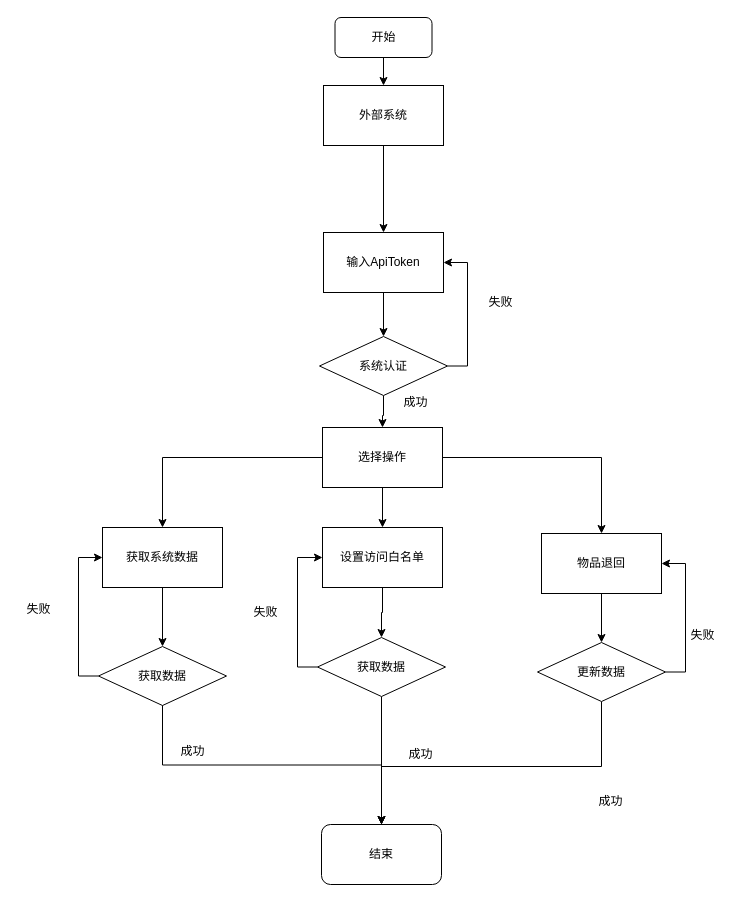
Above: save/Api流程图.drawio in kehaha-5/drawio (draw.io), before the change. Source tidied: cells renumbered, new cells numbered last; positions are measured from the earlier drawing's top-left corner, leaving out a move shared by most shapes. Both pictures are drawn from the tidied source at 100%, with x=0, y=0 at pixel (17, 17).
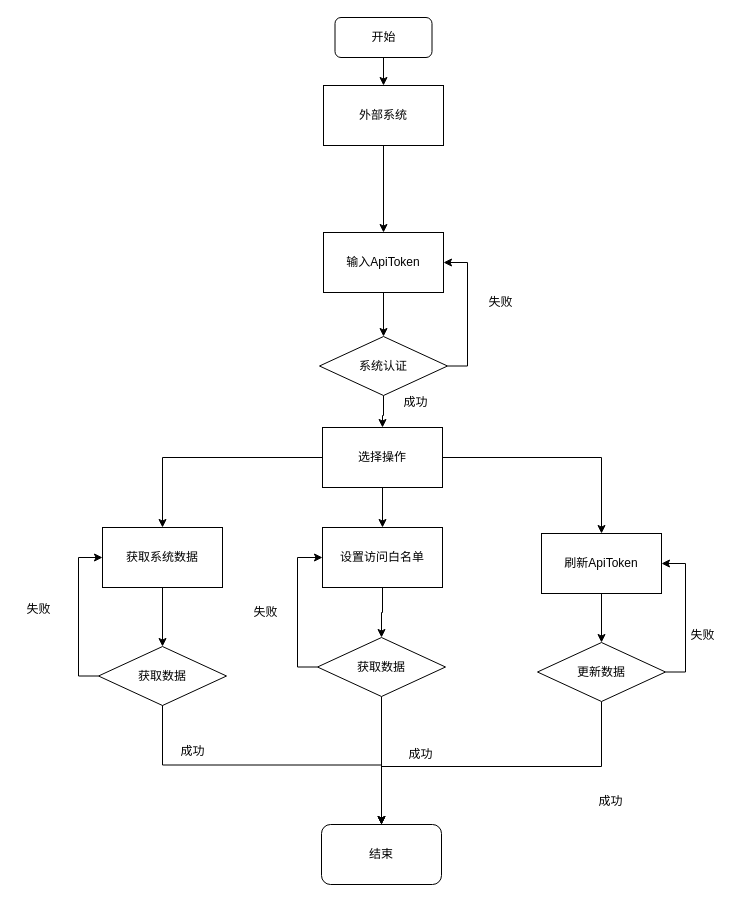
The same diagram, later.

Commit message (it also covers changes not shown here):
更新Api流程图.drawio

The edit, as a diff of the source:
```diff
@@
-    <mxCell id="18" value="物品退回" style="whiteSpace=wrap;html=1;rounded=0;" parent="1" vertex="1">
+    <mxCell id="18" value="刷新ApiToken" style="whiteSpace=wrap;html=1;rounded=0;" parent="1" vertex="1">
       <mxGeometry x="524" y="516" width="120" height="60" as="geometry" />
     </mxCell>
```
